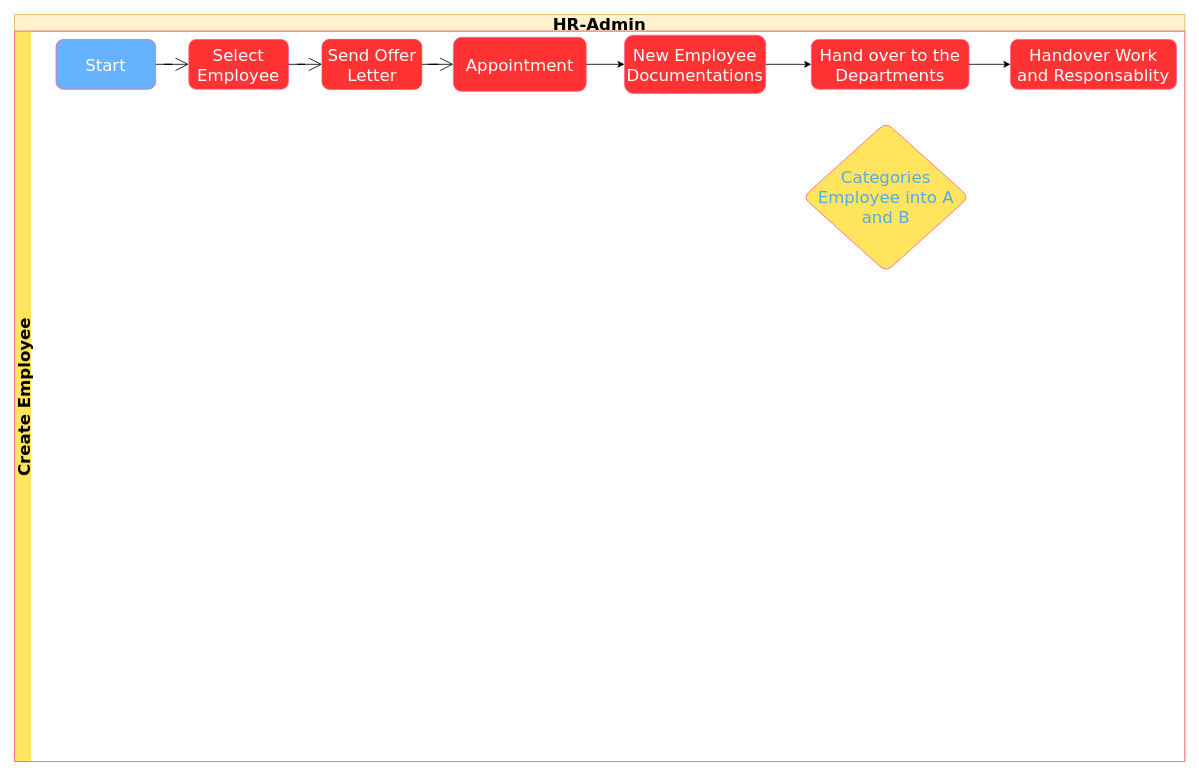
This is page "Page-2" (2 of 2) of HR Recruitment.drawio from santo1989/Diagram, a draw.io file, before an edit. Source tidied: cells renumbered, new cells numbered last; positions are measured from the earlier drawing's top-left corner, leaving out a move shared by most shapes. Both pictures are drawn from the tidied source at 83%, with x=0, y=0 at pixel (14, 14).
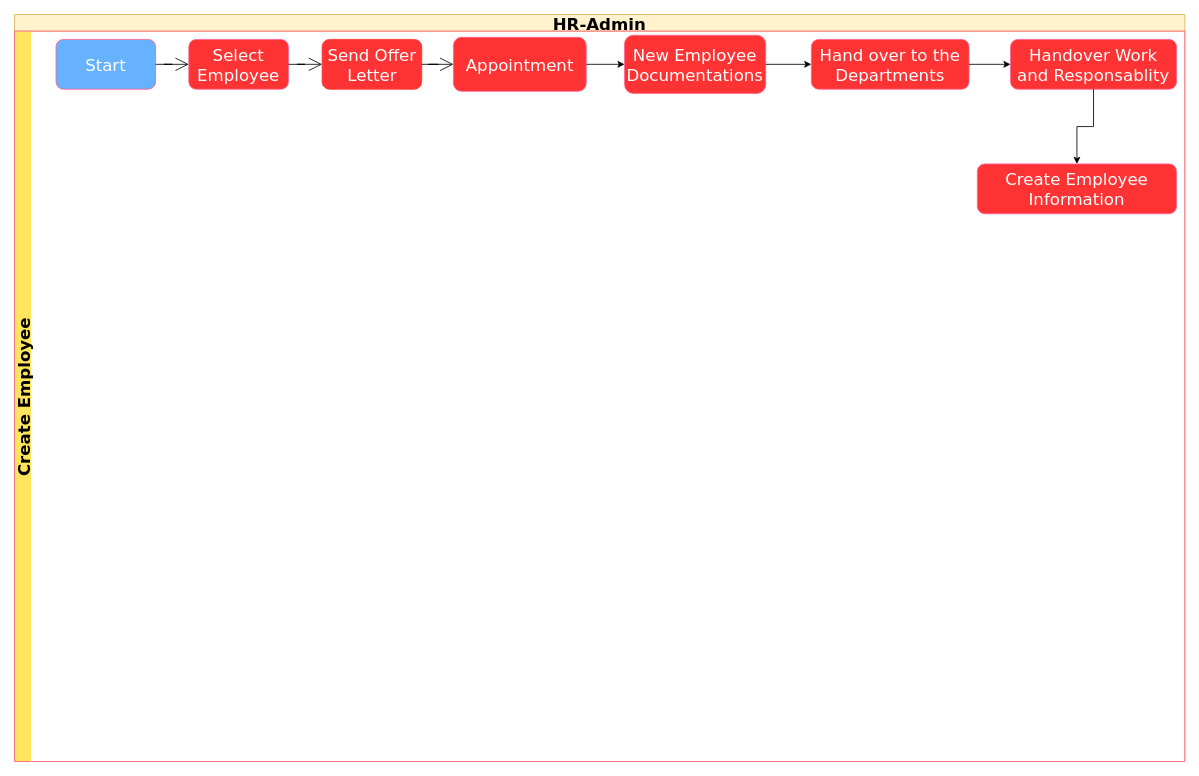
The same page after the edit.

Diff of the diagram source:
```diff
@@
 <mxGraphModel>
   <root>
     <mxCell id="0" />
     <mxCell id="1" parent="0" />
     <mxCell id="2" value="HR-Admin" style="swimlane;horizontal=1;startSize=20;hachureGap=4;fontFamily=Verdana;fontSize=20;strokeColor=#d6b656;fillColor=#fff2cc;" parent="1" vertex="1">
       <mxGeometry width="1410" height="900" as="geometry" />
     </mxCell>
     <mxCell id="3" value="Create Employee" style="swimlane;startSize=20;horizontal=0;hachureGap=4;fontFamily=Verdana;fontSize=20;fontColor=#000000;strokeColor=#FF6392;fillColor=#FFE45E;swimlaneLine=0;" parent="2" vertex="1">
       <mxGeometry y="20" width="1410" height="880" as="geometry" />
     </mxCell>
     <mxCell id="4" value="Start" style="rounded=1;whiteSpace=wrap;html=1;hachureGap=4;fontFamily=Verdana;fontSize=20;fontColor=#FFFFFF;strokeColor=#FF6392;fillColor=#66B2FF;" parent="3" vertex="1">
       <mxGeometry x="50" y="10" width="120" height="60" as="geometry" />
     </mxCell>
     <mxCell id="5" value="Send Offer Letter" style="whiteSpace=wrap;html=1;fontSize=20;fontFamily=Verdana;fillColor=#FF3333;strokeColor=#FF3333;fontColor=#FFFFFF;rounded=1;hachureGap=4;" parent="3" vertex="1">
       <mxGeometry x="370.6" y="10" width="120" height="60" as="geometry" />
     </mxCell>
     <mxCell id="6" value="Select Employee" style="whiteSpace=wrap;html=1;fontSize=20;fontFamily=Verdana;fillColor=#FF3333;strokeColor=#FF6392;fontColor=#FFFFFF;rounded=1;hachureGap=4;" parent="3" vertex="1">
       <mxGeometry x="210" y="10" width="120" height="60" as="geometry" />
     </mxCell>
     <mxCell id="7" style="edgeStyle=orthogonalEdgeStyle;rounded=0;jettySize=auto;html=1;fontSize=12;endArrow=open;startSize=14;endSize=14;" parent="3" edge="1" source="4" target="6">
       <mxGeometry relative="1" as="geometry" />
     </mxCell>
     <mxCell id="8" style="edgeStyle=orthogonalEdgeStyle;rounded=0;jettySize=auto;html=1;fontSize=12;endArrow=open;startSize=14;endSize=14;" parent="3" edge="1" source="6" target="5">
       <mxGeometry relative="1" as="geometry" />
     </mxCell>
     <mxCell id="9" value="Appointment" style="whiteSpace=wrap;html=1;fontSize=20;fontFamily=Verdana;fillColor=#FF3333;strokeColor=#FF6392;fontColor=#FFFFFF;rounded=1;hachureGap=4;" parent="3" vertex="1">
       <mxGeometry x="528.8" y="7.5" width="160" height="65" as="geometry" />
     </mxCell>
     <mxCell id="10" style="edgeStyle=orthogonalEdgeStyle;rounded=0;jettySize=auto;html=1;fontSize=12;endArrow=open;startSize=14;endSize=14;" parent="3" edge="1" source="5" target="9">
       <mxGeometry relative="1" as="geometry" />
     </mxCell>
-    <mxCell id="11" value="Categories Employee into A and B" style="rhombus;whiteSpace=wrap;html=1;fontSize=20;fontFamily=Verdana;fillColor=#FFE45E;strokeColor=#FF6392;fontColor=#5AA9E6;rounded=1;hachureGap=4;" parent="3" vertex="1">
-      <mxGeometry x="950" y="110" width="200" height="180" as="geometry" />
-    </mxCell>
     <mxCell id="12" value="New Employee Documentations" style="whiteSpace=wrap;html=1;fontSize=20;fontFamily=Verdana;fillColor=#FF3333;strokeColor=#FF6392;fontColor=#FFFFFF;rounded=1;hachureGap=4;" parent="3" vertex="1">
       <mxGeometry x="735" y="5" width="170" height="70" as="geometry" />
     </mxCell>
     <mxCell id="13" style="edgeStyle=orthogonalEdgeStyle;rounded=0;jettySize=auto;html=1;" parent="3" edge="1" source="9" target="12">
       <mxGeometry relative="1" as="geometry" />
     </mxCell>
     <mxCell id="14" value="Hand over to the Departments" style="whiteSpace=wrap;html=1;fontSize=20;fontFamily=Verdana;fillColor=#FF3333;strokeColor=#FF6392;fontColor=#FFFFFF;rounded=1;hachureGap=4;" parent="3" vertex="1">
       <mxGeometry x="960" y="10" width="190" height="60" as="geometry" />
     </mxCell>
     <mxCell id="15" style="edgeStyle=orthogonalEdgeStyle;rounded=0;jettySize=auto;html=1;" parent="3" edge="1" source="12" target="14">
       <mxGeometry relative="1" as="geometry" />
     </mxCell>
     <mxCell id="16" value="Handover Work and Responsablity" style="whiteSpace=wrap;html=1;fontSize=20;fontFamily=Verdana;fillColor=#FF3333;strokeColor=#FF6392;fontColor=#FFFFFF;rounded=1;hachureGap=4;" parent="3" vertex="1">
       <mxGeometry x="1200" y="10" width="200" height="60" as="geometry" />
     </mxCell>
     <mxCell id="17" style="edgeStyle=orthogonalEdgeStyle;rounded=0;jettySize=auto;html=1;" parent="3" edge="1" source="14" target="16">
       <mxGeometry relative="1" as="geometry" />
     </mxCell>
+    <mxCell id="18" value="Create Employee Information" style="whiteSpace=wrap;html=1;fontSize=20;fontFamily=Verdana;fillColor=#FF3333;strokeColor=#FF6392;fontColor=#FFFFFF;rounded=1;hachureGap=4;" parent="3" vertex="1">
+      <mxGeometry x="1160" y="160" width="240" height="60" as="geometry" />
+    </mxCell>
+    <mxCell id="19" style="edgeStyle=orthogonalEdgeStyle;rounded=0;jettySize=auto;html=1;" parent="3" edge="1" source="16" target="18">
+      <mxGeometry relative="1" as="geometry" />
+    </mxCell>
   </root>
 </mxGraphModel>
```
